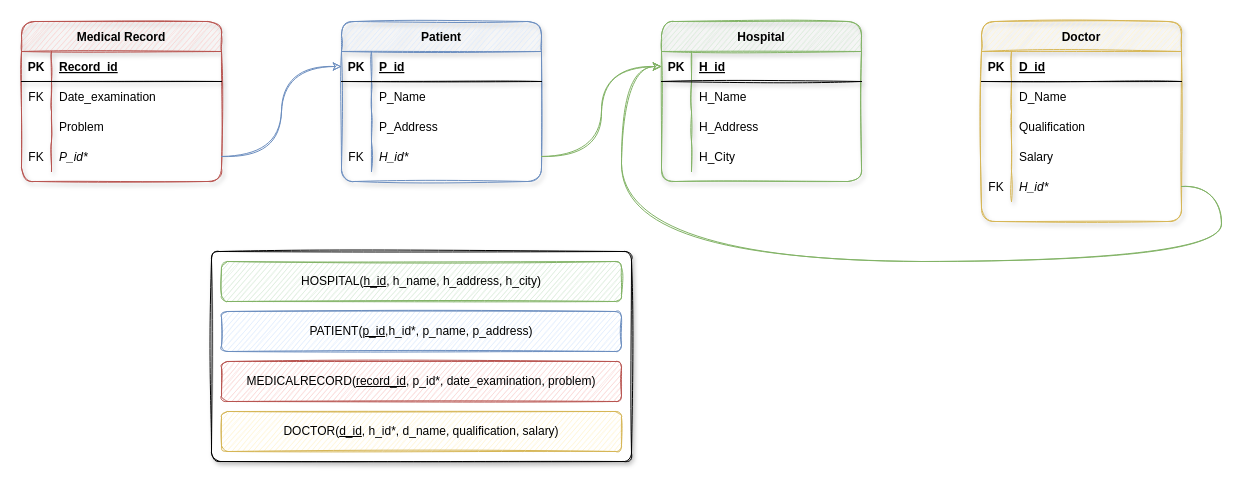
The draw.io diagram page "Problem 2" (3 of 5) of Assignment/Data Management Assignment Drawings.drawio in JordanWelsman/BU_DataManagement, before the edit. Source tidied: cells renumbered, new cells numbered last; positions are measured from the earlier drawing's top-left corner, leaving out a move shared by most shapes. Both pictures are drawn from the tidied source at 100%, with x=0, y=0 at pixel (21, 21).
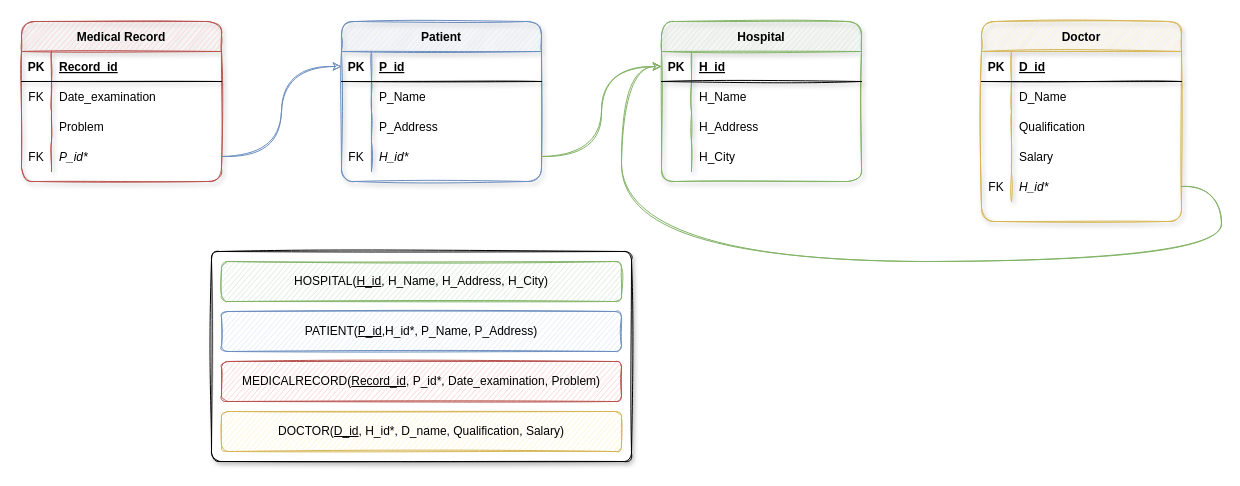
Above is the later version.

Diff of the diagram source:
```diff
@@
-    <mxCell id="61" value="MEDICALRECORD(&lt;u&gt;record_id&lt;/u&gt;, p_id*, date_examination, problem)" style="whiteSpace=wrap;html=1;align=center;rounded=1;shadow=0;glass=0;labelBackgroundColor=none;fillStyle=auto;fillColor=#f8cecc;sketch=1;strokeColor=#b85450;" parent="1" vertex="1">
+    <mxCell id="61" value="MEDICALRECORD(&lt;u&gt;Record_id&lt;/u&gt;, P_id*, Date_examination, Problem)" style="whiteSpace=wrap;html=1;align=center;rounded=1;shadow=0;glass=0;labelBackgroundColor=none;fillStyle=auto;fillColor=#f8cecc;sketch=1;strokeColor=#b85450;" parent="1" vertex="1">
       <mxGeometry x="200" y="340" width="400" height="40" as="geometry" />
     </mxCell>
-    <mxCell id="62" value="PATIENT(&lt;u&gt;p_id&lt;/u&gt;,h_id*, p_name, p_address)" style="whiteSpace=wrap;html=1;align=center;rounded=1;shadow=0;glass=0;labelBackgroundColor=none;fillStyle=auto;fillColor=#dae8fc;sketch=1;strokeColor=#6c8ebf;" parent="1" vertex="1">
+    <mxCell id="62" value="PATIENT(&lt;u&gt;P_id&lt;/u&gt;,H_id*, P_Name, P_Address)" style="whiteSpace=wrap;html=1;align=center;rounded=1;shadow=0;glass=0;labelBackgroundColor=none;fillStyle=auto;fillColor=#dae8fc;sketch=1;strokeColor=#6c8ebf;" parent="1" vertex="1">
       <mxGeometry x="200" y="290" width="400" height="40" as="geometry" />
     </mxCell>
-    <mxCell id="63" value="HOSPITAL(&lt;u&gt;h_id&lt;/u&gt;, h_name, h_address, h_city)" style="whiteSpace=wrap;html=1;align=center;rounded=1;shadow=0;glass=0;labelBackgroundColor=none;fillStyle=auto;fillColor=#d5e8d4;sketch=1;strokeColor=#82b366;" parent="1" vertex="1">
+    <mxCell id="63" value="HOSPITAL(&lt;u&gt;H_id&lt;/u&gt;, H_Name, H_Address, H_City)" style="whiteSpace=wrap;html=1;align=center;rounded=1;shadow=0;glass=0;labelBackgroundColor=none;fillStyle=auto;fillColor=#d5e8d4;sketch=1;strokeColor=#82b366;" parent="1" vertex="1">
       <mxGeometry x="200" y="240" width="400" height="40" as="geometry" />
     </mxCell>
-    <mxCell id="64" value="DOCTOR(&lt;u&gt;d_id&lt;/u&gt;, h_id*, d_name, qualification, salary)" style="whiteSpace=wrap;html=1;align=center;rounded=1;shadow=0;glass=0;labelBackgroundColor=none;fillStyle=auto;fillColor=#fff2cc;sketch=1;strokeColor=#d6b656;" parent="1" vertex="1">
+    <mxCell id="64" value="DOCTOR(&lt;u&gt;D_id&lt;/u&gt;, H_id*, D_name, Qualification, Salary)" style="whiteSpace=wrap;html=1;align=center;rounded=1;shadow=0;glass=0;labelBackgroundColor=none;fillStyle=auto;fillColor=#fff2cc;sketch=1;strokeColor=#d6b656;" parent="1" vertex="1">
       <mxGeometry x="200" y="390" width="400" height="40" as="geometry" />
     </mxCell>
```
